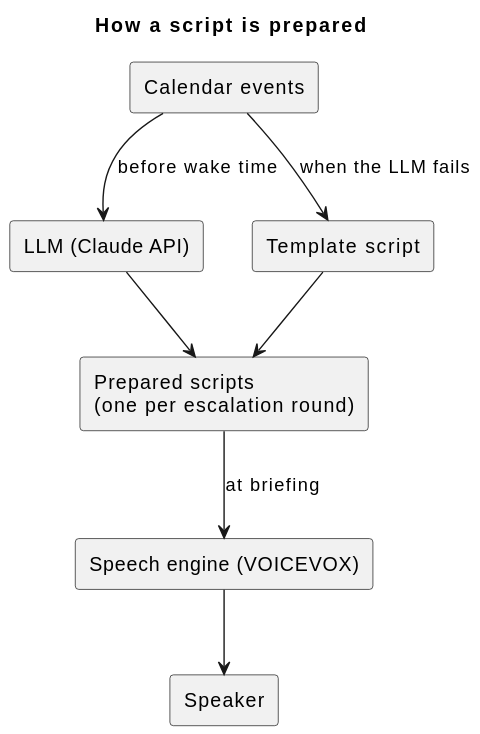
Above: docs/ja/requirements/brief/overview.svg in cloveclovedev/press-start (PlantUML), before the change.
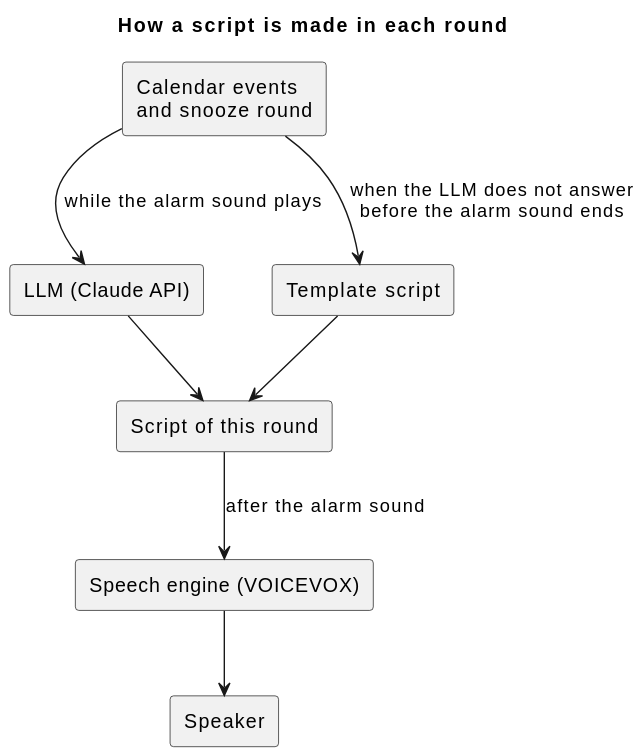
Later version of the same file.

Commit message:
docs(requirements): make each script while the alarm sound plays and record it

The edit, as a diff of the source:
```diff
@@ -1,19 +1,19 @@
 @startuml
-title How a script is prepared
+title How a script is made in each round
 skinparam shadowing false
 skinparam componentStyle rectangle
 
-[Calendar events] as events
+[Calendar events\nand snooze round] as events
 [LLM (Claude API)] as llm
 [Template script] as template
-[Prepared scripts\n(one per escalation round)] as scripts
+[Script of this round] as script
 [Speech engine (VOICEVOX)] as tts
 [Speaker] as speaker
 
-events --> llm : before wake time
-events --> template : when the LLM fails
-llm --> scripts
-template --> scripts
-scripts --> tts : at briefing
+events --> llm : while the alarm sound plays
+events --> template : when the LLM does not answer\nbefore the alarm sound ends
+llm --> script
+template --> script
+script --> tts : after the alarm sound
 tts --> speaker
 @enduml
```
